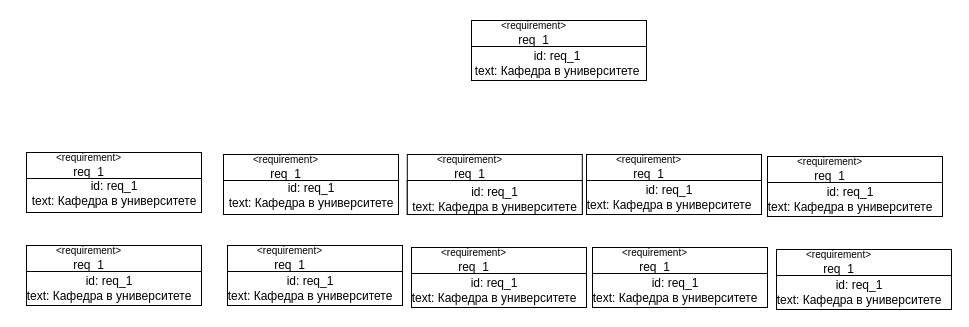
Above: курсовая_гимранова.drawio in knorke102/schemes (draw.io), before the change. Source tidied: cells renumbered, new cells numbered last; positions are measured from the earlier drawing's top-left corner, leaving out a move shared by most shapes. Both pictures are drawn from the tidied source at 100%, with x=0, y=0 at pixel (17, 20).
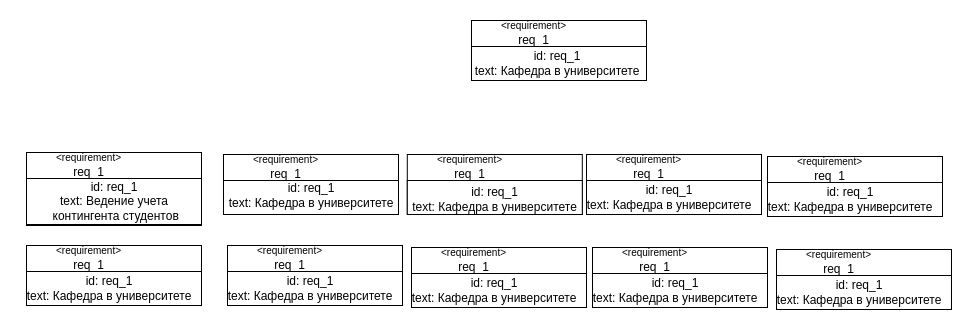
Above is the later version.

What changed in the source:
```diff
@@
     <mxCell id="6" style="rounded=0;whiteSpace=wrap;html=1;" parent="1" vertex="1">
-      <mxGeometry x="9" y="132" width="175" height="60" as="geometry" />
+      <mxGeometry x="9" y="132" width="175" height="73" as="geometry" />
     </mxCell>
@@
     <mxCell id="8" style="rounded=0;whiteSpace=wrap;html=1;" parent="1" vertex="1">
-      <mxGeometry x="9" y="158" width="175" height="34" as="geometry" />
+      <mxGeometry x="9" y="158" width="175" height="46" as="geometry" />
     </mxCell>
-    <mxCell id="9" value="id: req_1&lt;div&gt;text: Кафедра в университете&lt;/div&gt;" style="text;html=1;align=center;verticalAlign=middle;whiteSpace=wrap;rounded=0;" parent="1" vertex="1">
-      <mxGeometry x="10" y="158" width="174" height="30" as="geometry" />
+    <mxCell id="9" value="id: req_1&lt;div&gt;text:&amp;nbsp;Ведение учета&lt;br&gt;&amp;nbsp;контингента студентов&lt;/div&gt;" style="text;html=1;align=center;verticalAlign=middle;whiteSpace=wrap;rounded=0;" parent="1" vertex="1">
+      <mxGeometry x="4.5" y="159.8" width="184" height="42.5" as="geometry" />
     </mxCell>
@@
+    <mxCell id="46" style="edgeStyle=orthogonalEdgeStyle;rounded=0;orthogonalLoop=1;jettySize=auto;html=1;exitX=0.5;exitY=1;exitDx=0;exitDy=0;" parent="1" edge="1" source="9" target="9">
+      <mxGeometry relative="1" as="geometry" />
+    </mxCell>
```
